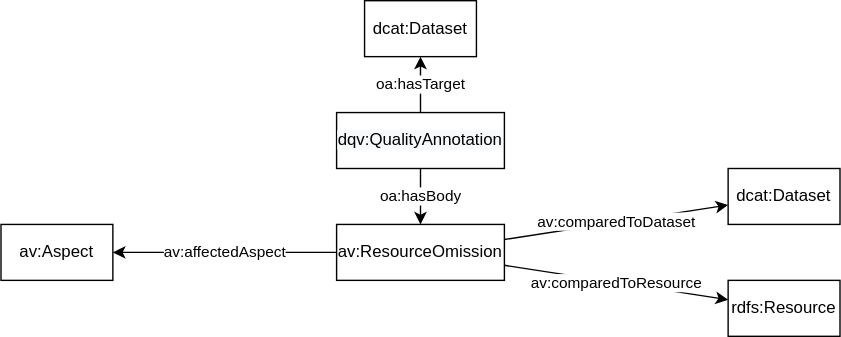
Earlier version of the draw.io export resourceOmissionGraph.svg (fusion-jena/abecto-vocabulary). Source tidied: cells renumbered, new cells last; positions are measured from the earlier drawing's top-left corner, leaving out a move shared by most shapes.
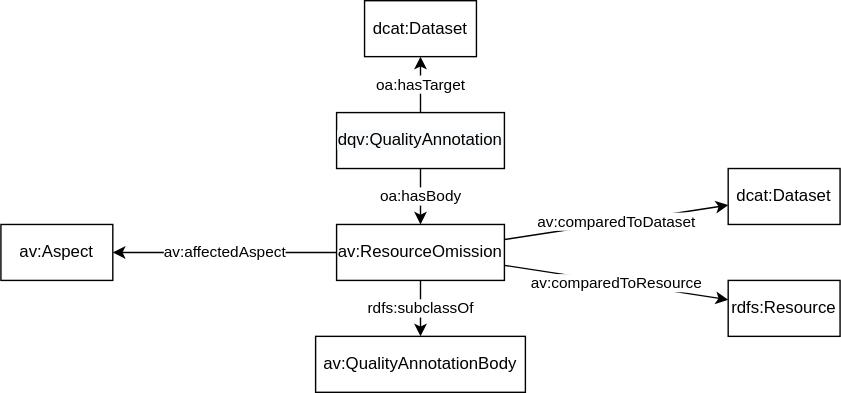
Later version of the same file.

Change to the diagram source:
```diff
@@ -35,5 +35,11 @@
     <mxCell id="12" value="dcat:Dataset" style="whiteSpace=wrap;html=1;" parent="1" vertex="1">
       <mxGeometry x="260" width="80" height="40" as="geometry" />
     </mxCell>
+    <mxCell id="13" value="av:QualityAnnotationBody" style="whiteSpace=wrap;html=1;" parent="1" vertex="1">
+      <mxGeometry x="225" y="240" width="150" height="40" as="geometry" />
+    </mxCell>
+    <mxCell id="14" value="rdfs:subclassOf" style="edgeStyle=none;rounded=0;jettySize=auto;html=1;" parent="1" edge="1" source="3" target="13">
+      <mxGeometry relative="1" as="geometry" />
+    </mxCell>
   </root>
 </mxGraphModel>
```
